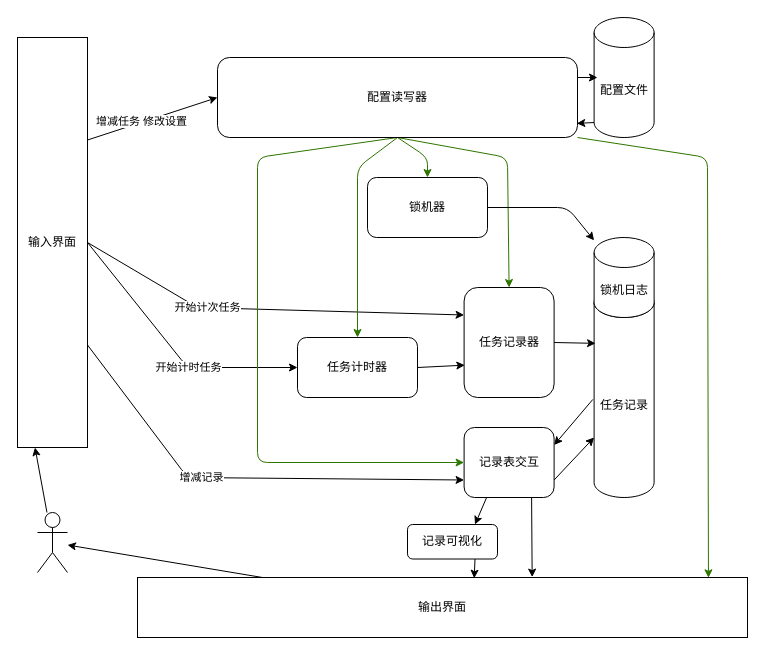
Before: architecture.drawio in cmzbutqq/TimeController, a draw.io diagram. Source tidied: cells renumbered, new cells numbered last; positions are measured from the earlier drawing's top-left corner, leaving out a move shared by most shapes. Both pictures are drawn from the tidied source at 100%, with x=0, y=0 at pixel (17, 17).
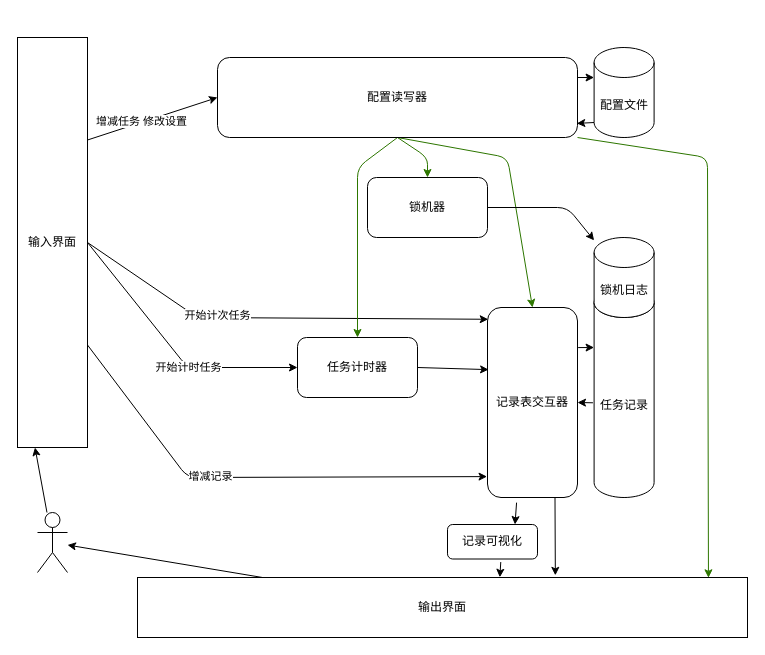
The same diagram, later.

The change refers to these unchanged cells:
```xml
<mxCell id="5" value="任务记录" style="shape=cylinder3;whiteSpace=wrap;html=1;boundedLbl=1;backgroundOutline=1;size=15;" parent="1" vertex="1">
  <mxGeometry x="576.6" y="270" width="60" height="210" as="geometry" />
</mxCell>
<mxCell id="8" value="任务计时器" style="rounded=1;whiteSpace=wrap;html=1;" parent="1" vertex="1">
  <mxGeometry x="280" y="320" width="120" height="60" as="geometry" />
</mxCell>
<mxCell id="20" value="输入界面" style="rounded=0;whiteSpace=wrap;html=1;" parent="1" vertex="1">
  <mxGeometry y="20" width="70" height="410" as="geometry" />
</mxCell>
<mxCell id="22" value="输出界面" style="rounded=0;whiteSpace=wrap;html=1;" parent="1" vertex="1">
  <mxGeometry x="120" y="560" width="610" height="60" as="geometry" />
</mxCell>
<mxCell id="31" value="配置读写器" style="rounded=1;whiteSpace=wrap;html=1;" parent="1" vertex="1">
  <mxGeometry x="200" y="40" width="360" height="80" as="geometry" />
</mxCell>
```

Change to the diagram source:
```diff
@@
     <mxCell id="3" value="配置文件" style="shape=cylinder3;whiteSpace=wrap;html=1;boundedLbl=1;backgroundOutline=1;size=15;" parent="1" vertex="1">
-      <mxGeometry x="576.6" width="60" height="120" as="geometry" />
+      <mxGeometry x="576.6" y="30" width="60" height="90" as="geometry" />
     </mxCell>
-    <mxCell id="4" style="edgeStyle=none;html=1;entryX=1;entryY=0.25;entryDx=0;entryDy=0;exitX=-0.021;exitY=0.533;exitDx=0;exitDy=0;exitPerimeter=0;" parent="1" edge="1" source="5" target="35">
+    <mxCell id="4" style="edgeStyle=none;html=1;entryX=1;entryY=0.5;entryDx=0;entryDy=0;exitX=-0.019;exitY=0.549;exitDx=0;exitDy=0;exitPerimeter=0;" parent="1" edge="1" source="5" target="10">
       <mxGeometry relative="1" as="geometry" />
     </mxCell>
@@
-    <mxCell id="7" style="edgeStyle=none;html=1;exitX=1;exitY=0.5;exitDx=0;exitDy=0;entryX=0.008;entryY=0.706;entryDx=0;entryDy=0;entryPerimeter=0;" parent="1" edge="1" source="8" target="10">
+    <mxCell id="7" style="edgeStyle=none;html=1;exitX=1;exitY=0.5;exitDx=0;exitDy=0;entryX=0.012;entryY=0.327;entryDx=0;entryDy=0;entryPerimeter=0;" parent="1" edge="1" source="8" target="10">
       <mxGeometry relative="1" as="geometry" />
     </mxCell>
@@
-    <mxCell id="9" style="edgeStyle=none;html=1;exitX=1;exitY=0.5;exitDx=0;exitDy=0;entryX=0.024;entryY=0.266;entryDx=0;entryDy=0;entryPerimeter=0;" parent="1" edge="1" source="10" target="5">
+    <mxCell id="9" style="edgeStyle=none;html=1;entryX=0;entryY=0;entryDx=0;entryDy=60;entryPerimeter=0;exitX=1.007;exitY=0.211;exitDx=0;exitDy=0;exitPerimeter=0;" parent="1" edge="1" source="10" target="5">
       <mxGeometry relative="1" as="geometry" />
     </mxCell>
-    <mxCell id="10" value="任务记录器" style="rounded=1;whiteSpace=wrap;html=1;" parent="1" vertex="1">
-      <mxGeometry x="446.6" y="270" width="90" height="110" as="geometry" />
+    <mxCell id="10" value="记录表交互器" style="rounded=1;whiteSpace=wrap;html=1;" parent="1" vertex="1">
+      <mxGeometry x="470" y="290" width="90" height="190" as="geometry" />
     </mxCell>
@@
-    <mxCell id="14" style="edgeStyle=none;html=1;exitX=1;exitY=0.5;exitDx=0;exitDy=0;entryX=0;entryY=0.25;entryDx=0;entryDy=0;" parent="1" edge="1" source="20" target="10">
+    <mxCell id="14" style="edgeStyle=none;html=1;exitX=1;exitY=0.5;exitDx=0;exitDy=0;entryX=0.008;entryY=0.062;entryDx=0;entryDy=0;entryPerimeter=0;" parent="1" edge="1" source="20" target="10">
       <mxGeometry relative="1" as="geometry">
         <Array as="points">
-          <mxPoint x="180" y="290" />
+          <mxPoint x="180" y="300" />
         </Array>
       </mxGeometry>
     </mxCell>
@@
-    <mxCell id="18" style="edgeStyle=none;html=1;exitX=1;exitY=0.75;exitDx=0;exitDy=0;entryX=0;entryY=0.75;entryDx=0;entryDy=0;" parent="1" edge="1" source="20" target="35">
+    <mxCell id="18" style="edgeStyle=none;html=1;exitX=1;exitY=0.75;exitDx=0;exitDy=0;entryX=-0.005;entryY=0.89;entryDx=0;entryDy=0;entryPerimeter=0;" parent="1" edge="1" source="20" target="10">
       <mxGeometry relative="1" as="geometry">
         <Array as="points">
           <mxPoint x="170" y="460" />
         </Array>
       </mxGeometry>
     </mxCell>
@@
-    <mxCell id="25" style="edgeStyle=none;html=1;exitX=1;exitY=0.25;exitDx=0;exitDy=0;" parent="1" edge="1" source="31">
-      <mxGeometry relative="1" as="geometry">
-        <mxPoint x="580" y="60" as="targetPoint" />
-      </mxGeometry>
+    <mxCell id="25" style="edgeStyle=none;html=1;exitX=1;exitY=0.25;exitDx=0;exitDy=0;entryX=0;entryY=0;entryDx=0;entryDy=30;entryPerimeter=0;" parent="1" edge="1" source="31" target="3">
+      <mxGeometry relative="1" as="geometry" />
     </mxCell>
@@
-    <mxCell id="28" style="edgeStyle=none;html=1;exitX=0.5;exitY=1;exitDx=0;exitDy=0;fillColor=#60a917;strokeColor=#2D7600;" parent="1" edge="1" source="31" target="35">
-      <mxGeometry relative="1" as="geometry">
-        <Array as="points">
-          <mxPoint x="240" y="140" />
-          <mxPoint x="240" y="445" />
-        </Array>
-      </mxGeometry>
-    </mxCell>
@@
-    <mxCell id="32" style="edgeStyle=none;html=1;exitX=0.75;exitY=1;exitDx=0;exitDy=0;entryX=0.647;entryY=-0.007;entryDx=0;entryDy=0;entryPerimeter=0;" parent="1" edge="1" source="35" target="22">
+    <mxCell id="32" style="edgeStyle=none;html=1;exitX=0.75;exitY=1;exitDx=0;exitDy=0;entryX=0.685;entryY=-0.036;entryDx=0;entryDy=0;entryPerimeter=0;" parent="1" edge="1" source="10" target="22">
       <mxGeometry relative="1" as="geometry" />
     </mxCell>
-    <mxCell id="33" style="edgeStyle=none;html=1;exitX=1;exitY=0.75;exitDx=0;exitDy=0;entryX=0;entryY=0;entryDx=0;entryDy=150;entryPerimeter=0;" parent="1" edge="1" source="35" target="5">
-      <mxGeometry relative="1" as="geometry" />
-    </mxCell>
-    <mxCell id="34" style="edgeStyle=none;html=1;exitX=0.25;exitY=1;exitDx=0;exitDy=0;entryX=0.75;entryY=0;entryDx=0;entryDy=0;" parent="1" edge="1" source="35" target="39">
+    <mxCell id="34" style="edgeStyle=none;html=1;exitX=0.323;exitY=1.027;exitDx=0;exitDy=0;entryX=0.75;entryY=0;entryDx=0;entryDy=0;exitPerimeter=0;" parent="1" edge="1" source="10" target="39">
       <mxGeometry relative="1" as="geometry" />
     </mxCell>
-    <mxCell id="35" value="记录表交互" style="rounded=1;whiteSpace=wrap;html=1;" parent="1" vertex="1">
-      <mxGeometry x="446.6" y="410" width="90" height="70" as="geometry" />
-    </mxCell>
@@
-    <mxCell id="38" style="edgeStyle=none;html=1;exitX=0.75;exitY=1;exitDx=0;exitDy=0;entryX=0.552;entryY=0.012;entryDx=0;entryDy=0;entryPerimeter=0;" parent="1" edge="1" source="39" target="22">
+    <mxCell id="38" style="edgeStyle=none;html=1;entryX=0.594;entryY=-0.004;entryDx=0;entryDy=0;entryPerimeter=0;exitX=0.592;exitY=1.088;exitDx=0;exitDy=0;exitPerimeter=0;" parent="1" edge="1" source="39" target="22">
       <mxGeometry relative="1" as="geometry" />
     </mxCell>
     <mxCell id="39" value="记录可视化" style="rounded=1;whiteSpace=wrap;html=1;" parent="1" vertex="1">
-      <mxGeometry x="390" y="507" width="90" height="34.5" as="geometry" />
+      <mxGeometry x="430" y="507" width="90" height="34.5" as="geometry" />
     </mxCell>
```
